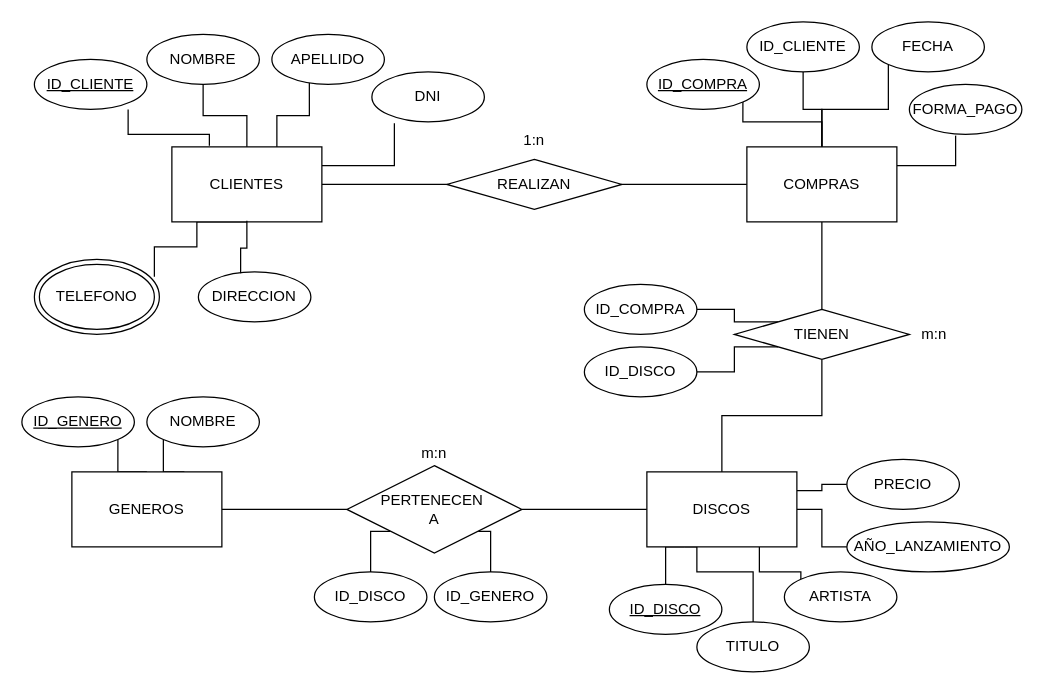
This is Diagrama sin título.drawio from sirnas1983/ejerciciosSemana5, a draw.io file, before an edit. Source tidied: cells renumbered, new cells numbered last; positions are measured from the earlier drawing's top-left corner, leaving out a move shared by most shapes. Both pictures are drawn from the tidied source at 125%, with x=0, y=0 at pixel (21, 21).
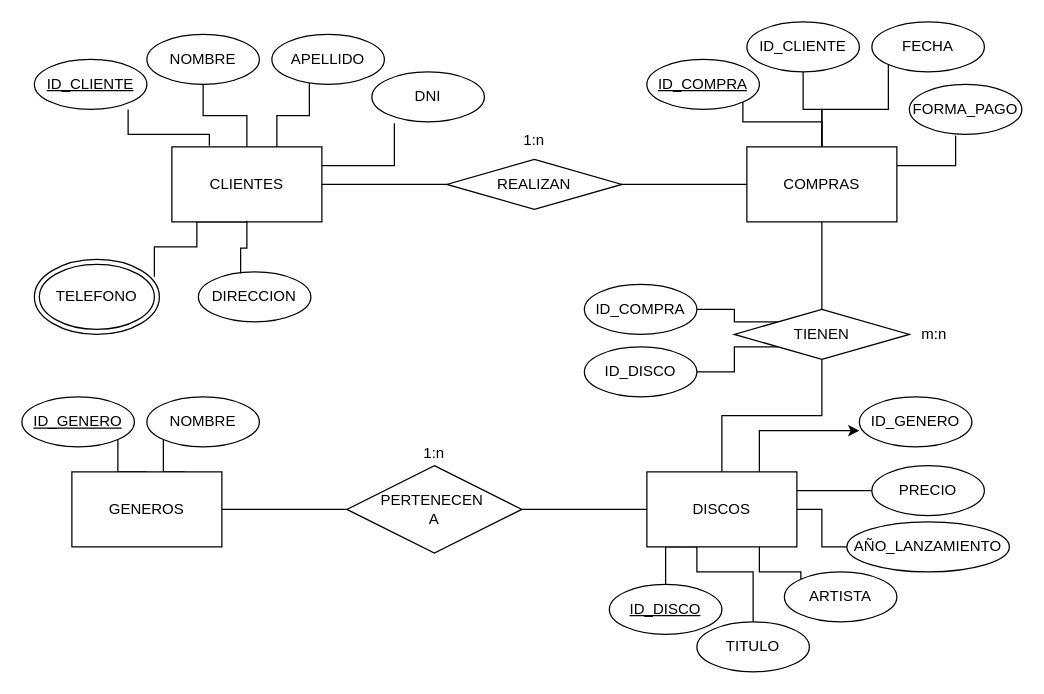
The same page after the edit.

Unchanged cells that the change refers to:
```xml
<mxCell id="31" value="DISCOS" style="rounded=0;whiteSpace=wrap;html=1;" parent="1" vertex="1">
  <mxGeometry x="500" y="360" width="120" height="60" as="geometry" />
</mxCell>
<mxCell id="35" value="PERTENECEN&amp;nbsp;&lt;br&gt;A" style="rhombus;whiteSpace=wrap;html=1;" parent="1" vertex="1">
  <mxGeometry x="260" y="355" width="140" height="70" as="geometry" />
</mxCell>
```

The edit, as a diff of the source:
```diff
@@
+    <mxCell id="60" style="edgeStyle=orthogonalEdgeStyle;rounded=0;jettySize=auto;html=1;exitX=0.75;exitY=0;exitDx=0;exitDy=0;entryX=0;entryY=0.675;entryDx=0;entryDy=0;entryPerimeter=0;" parent="1" edge="1" source="31" target="48">
+      <mxGeometry relative="1" as="geometry" />
+    </mxCell>
@@
-    <mxCell id="33" style="edgeStyle=orthogonalEdgeStyle;rounded=0;jettySize=auto;html=1;exitX=0;exitY=1;exitDx=0;exitDy=0;entryX=0.5;entryY=0;entryDx=0;entryDy=0;endArrow=none;endFill=0;" parent="1" edge="1" source="35" target="47">
-      <mxGeometry relative="1" as="geometry" />
-    </mxCell>
-    <mxCell id="34" style="edgeStyle=orthogonalEdgeStyle;rounded=0;jettySize=auto;html=1;exitX=1;exitY=1;exitDx=0;exitDy=0;entryX=0.5;entryY=0;entryDx=0;entryDy=0;endArrow=none;endFill=0;" parent="1" edge="1" source="35" target="48">
-      <mxGeometry relative="1" as="geometry" />
-    </mxCell>
@@
-    <mxCell id="47" value="ID_DISCO" style="ellipse;whiteSpace=wrap;html=1;fontStyle=0;" parent="1" vertex="1">
-      <mxGeometry x="234" y="440" width="90" height="40" as="geometry" />
-    </mxCell>
     <mxCell id="48" value="ID_GENERO" style="ellipse;whiteSpace=wrap;html=1;fontStyle=0;" parent="1" vertex="1">
-      <mxGeometry x="330" y="440" width="90" height="40" as="geometry" />
+      <mxGeometry x="670" y="300" width="90" height="40" as="geometry" />
     </mxCell>
@@
     <mxCell id="53" value="PRECIO" style="ellipse;whiteSpace=wrap;html=1;fontStyle=0;" parent="1" vertex="1">
-      <mxGeometry x="660" y="350" width="90" height="40" as="geometry" />
+      <mxGeometry x="680" y="355" width="90" height="40" as="geometry" />
     </mxCell>
@@
-    <mxCell id="59" value="m:n" style="text;html=1;strokeColor=none;fillColor=none;align=center;verticalAlign=middle;whiteSpace=wrap;rounded=0;" parent="1" vertex="1">
+    <mxCell id="59" value="1:n" style="text;html=1;strokeColor=none;fillColor=none;align=center;verticalAlign=middle;whiteSpace=wrap;rounded=0;" parent="1" vertex="1">
       <mxGeometry x="300" y="330" width="60" height="30" as="geometry" />
     </mxCell>
```
